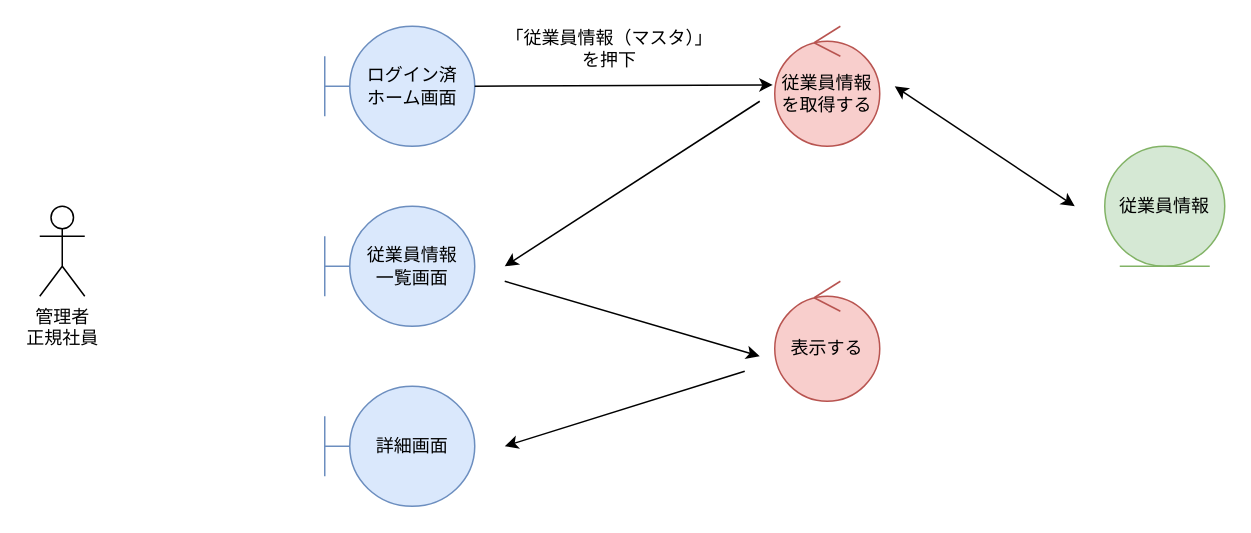
This is page "*従業員情報管理_参照" (8 of 19) of 各種設計書/3ロバストネス図/人事管理/従業員情報管理.drawio from HaruShim/Sotuken, a draw.io file, before an edit. Source tidied: cells renumbered, new cells numbered last; positions are measured from the earlier drawing's top-left corner, leaving out a move shared by most shapes. Both pictures are drawn from the tidied source at 150%, with x=0, y=0 at pixel (39, 26).
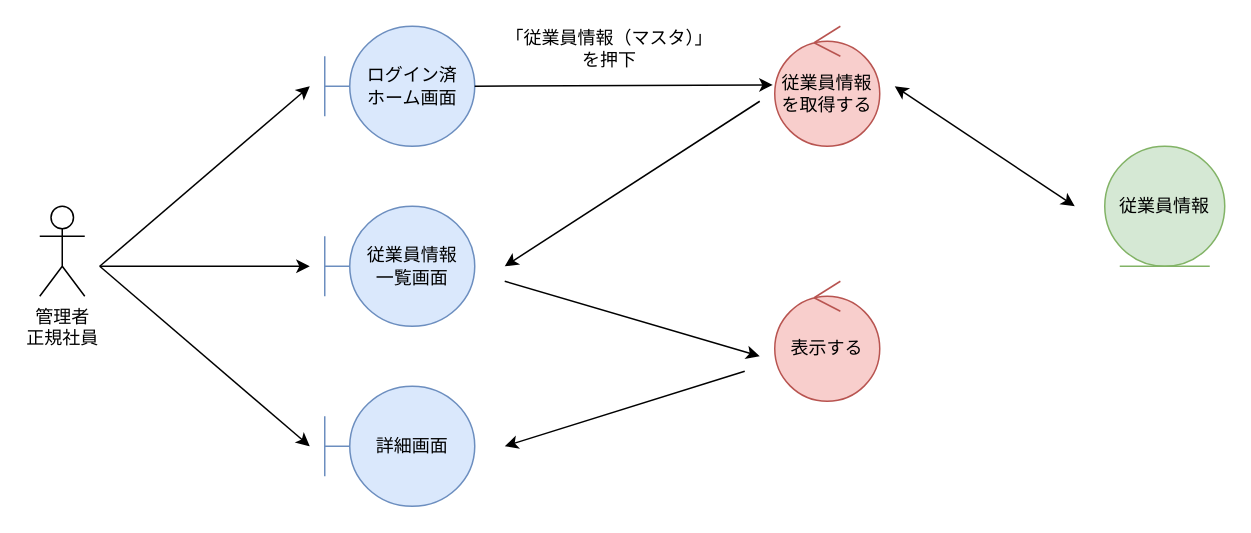
The same page after the edit.

The edit, as a diff of the source:
```diff
@@
+    <mxCell id="15" style="endArrow=classic;html=1;rounded=0;" parent="1" edge="1">
+      <mxGeometry relative="1" as="geometry">
+        <mxPoint x="40" y="160" as="sourcePoint" />
+        <mxPoint x="180" y="40" as="targetPoint" />
+      </mxGeometry>
+    </mxCell>
+    <mxCell id="16" style="endArrow=classic;html=1;rounded=0;" parent="1" edge="1">
+      <mxGeometry relative="1" as="geometry">
+        <mxPoint x="40" y="160" as="sourcePoint" />
+        <mxPoint x="180" y="160" as="targetPoint" />
+      </mxGeometry>
+    </mxCell>
+    <mxCell id="17" style="endArrow=classic;html=1;rounded=0;" parent="1" edge="1">
+      <mxGeometry relative="1" as="geometry">
+        <mxPoint x="40" y="160" as="sourcePoint" />
+        <mxPoint x="180" y="280" as="targetPoint" />
+      </mxGeometry>
+    </mxCell>
```
